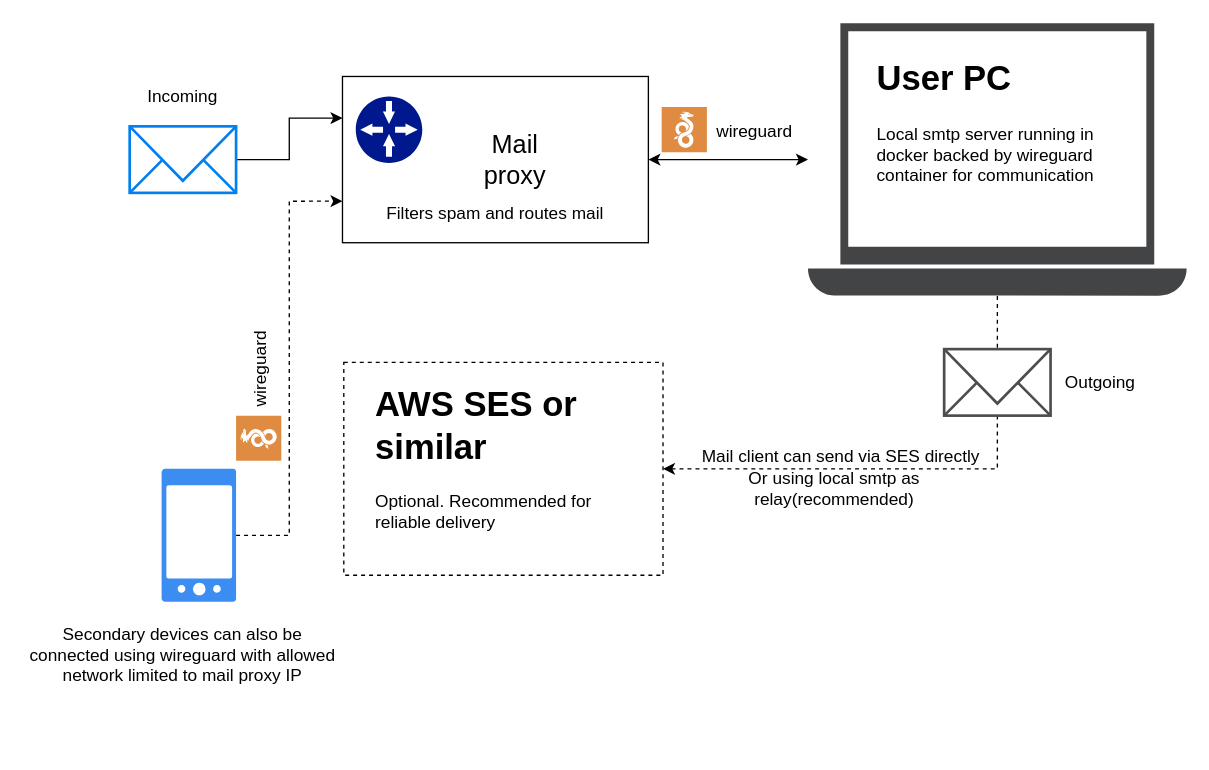
The draw.io diagram Selfymail.drawio in rooty123/selfymail, before the edit. Source tidied: cells renumbered, new cells numbered last; positions are measured from the earlier drawing's top-left corner, leaving out a move shared by most shapes. Both pictures are drawn from the tidied source at 133%, with x=0, y=0 at pixel (23, 23).
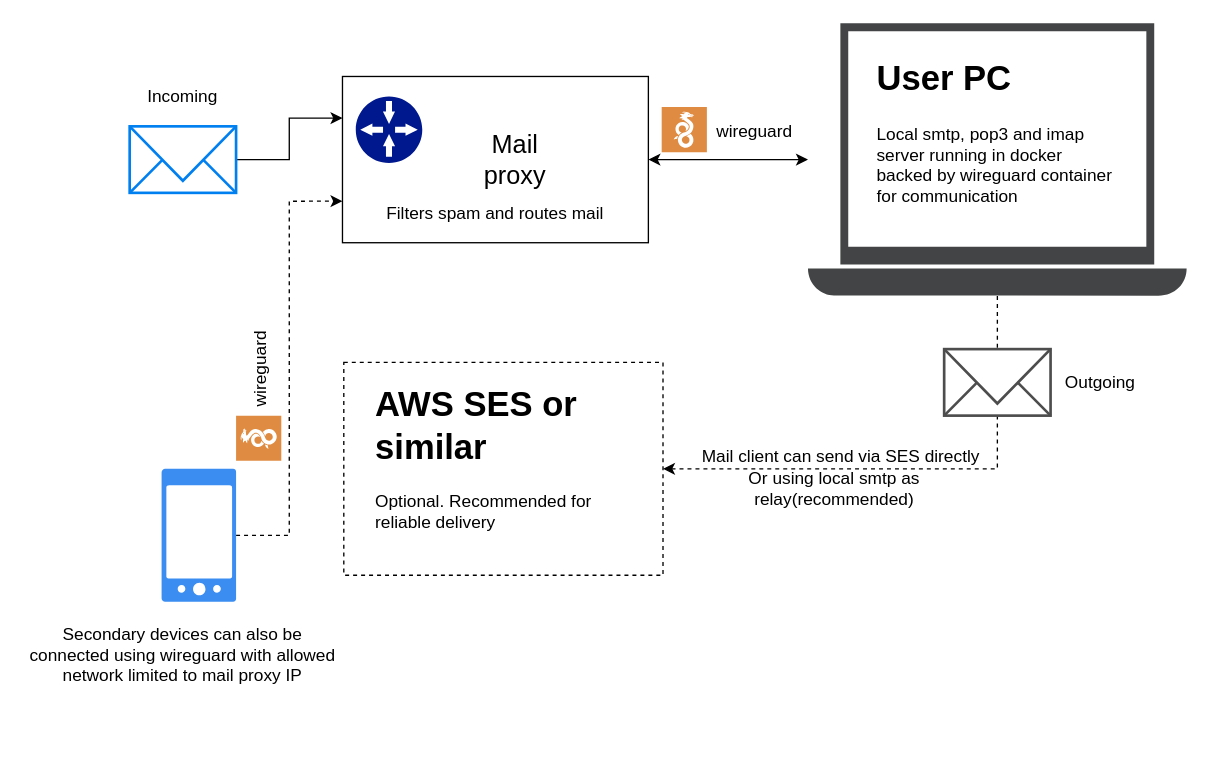
After the change.

Change to the diagram source:
```diff
@@
-    <mxCell id="12" value="&lt;h1&gt;User PC&lt;br&gt;&lt;/h1&gt;&lt;p&gt;Local smtp server running in docker backed by wireguard container for communication&lt;br&gt;&lt;/p&gt;" style="text;html=1;strokeColor=none;fillColor=none;spacing=5;spacingTop=-20;whiteSpace=wrap;overflow=hidden;rounded=0;fontSize=13;" parent="1" vertex="1">
+    <mxCell id="12" value="&lt;h1&gt;User PC&lt;br&gt;&lt;/h1&gt;&lt;p&gt;Local smtp, pop3 and imap server running in docker backed by wireguard container for communication&lt;br&gt;&lt;/p&gt;" style="text;html=1;strokeColor=none;fillColor=none;spacing=5;spacingTop=-20;whiteSpace=wrap;overflow=hidden;rounded=0;fontSize=13;" parent="1" vertex="1">
       <mxGeometry x="637" y="20" width="190" height="120" as="geometry" />
     </mxCell>
```
